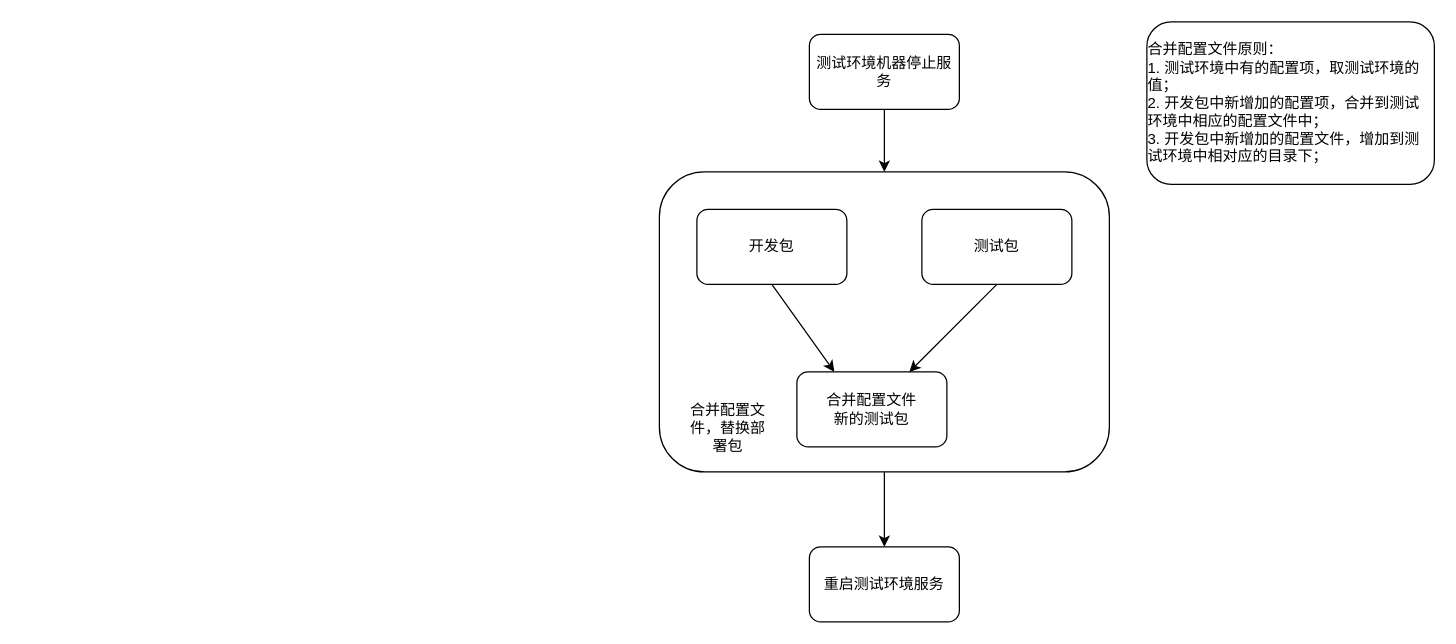
The draw.io diagram merge_config_file.drawio in Chenguoqing2008/drawio, before the edit. Source tidied: cells renumbered, new cells numbered last; positions are measured from the earlier drawing's top-left corner, leaving out a move shared by most shapes. Both pictures are drawn from the tidied source at 125%, with x=0, y=0 at pixel (659, 21).
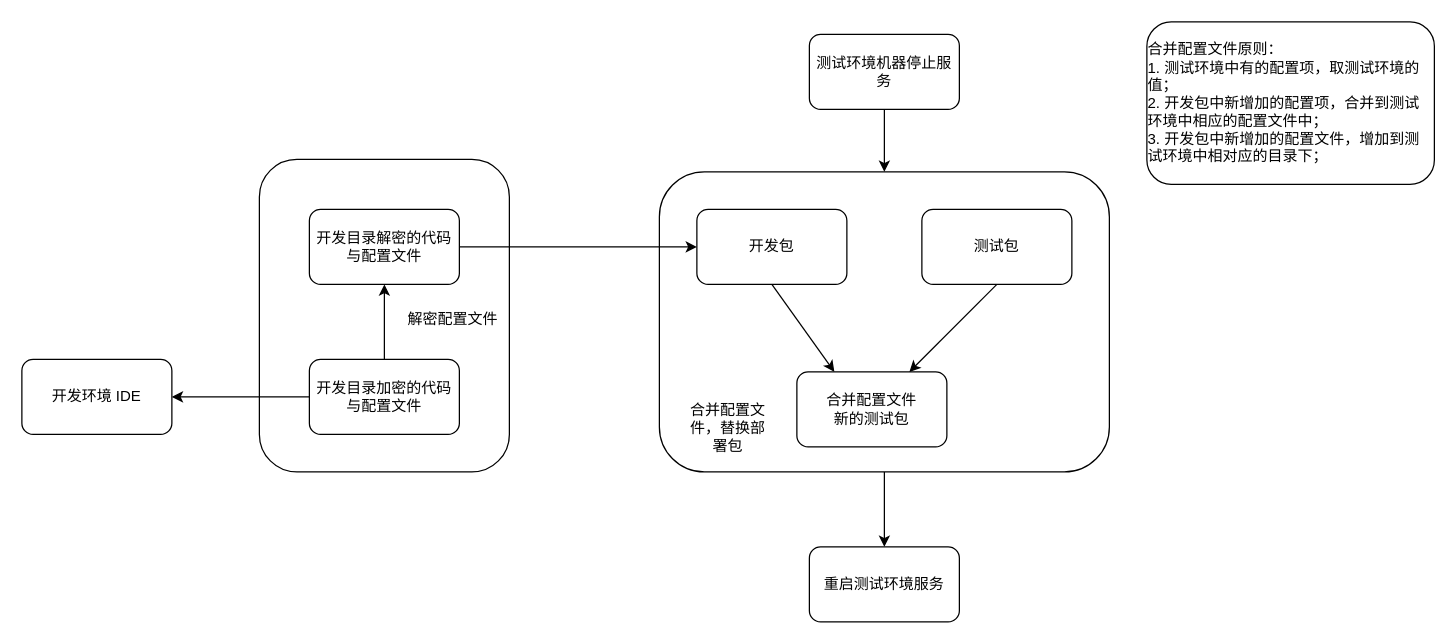
The same diagram, later.

Unchanged cells that the change refers to:
```xml
<mxCell id="4" value="开发包" style="rounded=1;whiteSpace=wrap;html=1;" parent="1" vertex="1">
  <mxGeometry x="30" y="150" width="120" height="60" as="geometry" />
</mxCell>
```

The edit, as a diff of the source:
```diff
@@
+    <mxCell id="14" style="rounded=1;whiteSpace=wrap;html=1;" parent="1" vertex="1">
+      <mxGeometry x="-320" y="110" width="200" height="250" as="geometry" />
+    </mxCell>
+    <mxCell id="15" style="edgeStyle=orthogonalEdgeStyle;rounded=0;jettySize=auto;html=1;exitX=0.5;exitY=0;exitDx=0;exitDy=0;" parent="1" edge="1" source="17" target="19">
+      <mxGeometry relative="1" as="geometry" />
+    </mxCell>
+    <mxCell id="16" style="edgeStyle=orthogonalEdgeStyle;rounded=0;jettySize=auto;html=1;exitX=0;exitY=0.5;exitDx=0;exitDy=0;" parent="1" edge="1" source="17" target="21">
+      <mxGeometry relative="1" as="geometry" />
+    </mxCell>
+    <mxCell id="17" value="开发目录加密的代码与配置文件" style="rounded=1;whiteSpace=wrap;html=1;" parent="1" vertex="1">
+      <mxGeometry x="-280" y="270" width="120" height="60" as="geometry" />
+    </mxCell>
+    <mxCell id="18" style="edgeStyle=orthogonalEdgeStyle;rounded=0;jettySize=auto;html=1;exitX=1;exitY=0.5;exitDx=0;exitDy=0;entryX=0;entryY=0.5;entryDx=0;entryDy=0;" parent="1" edge="1" source="19" target="4">
+      <mxGeometry relative="1" as="geometry" />
+    </mxCell>
+    <mxCell id="19" value="开发目录解密的代码与配置文件" style="rounded=1;whiteSpace=wrap;html=1;" parent="1" vertex="1">
+      <mxGeometry x="-280" y="150" width="120" height="60" as="geometry" />
+    </mxCell>
+    <mxCell id="20" value="解密配置文件" style="text;html=1;strokeColor=none;fillColor=none;align=center;verticalAlign=middle;whiteSpace=wrap;rounded=0;" parent="1" vertex="1">
+      <mxGeometry x="-210" y="225" width="90" height="25" as="geometry" />
+    </mxCell>
+    <mxCell id="21" value="开发环境 IDE" style="rounded=1;whiteSpace=wrap;html=1;" parent="1" vertex="1">
+      <mxGeometry x="-510" y="270" width="120" height="60" as="geometry" />
+    </mxCell>
```
